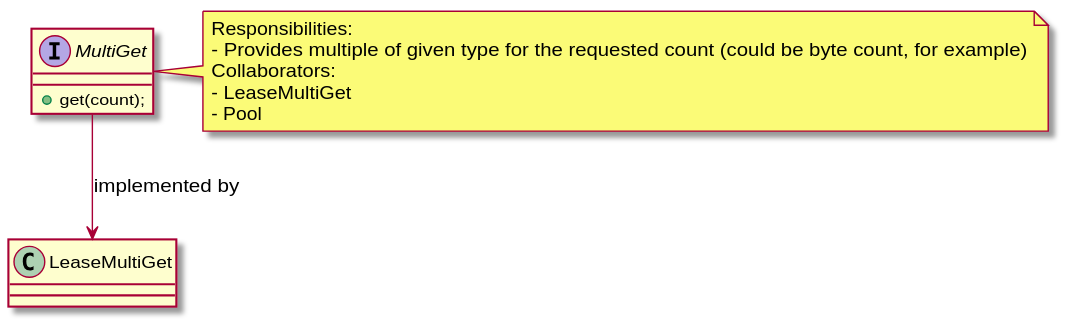
The PlantUML diagram docs/main/doxygen/inline_umlgraph_8.svg in teragrep/buf_01, before a commit.
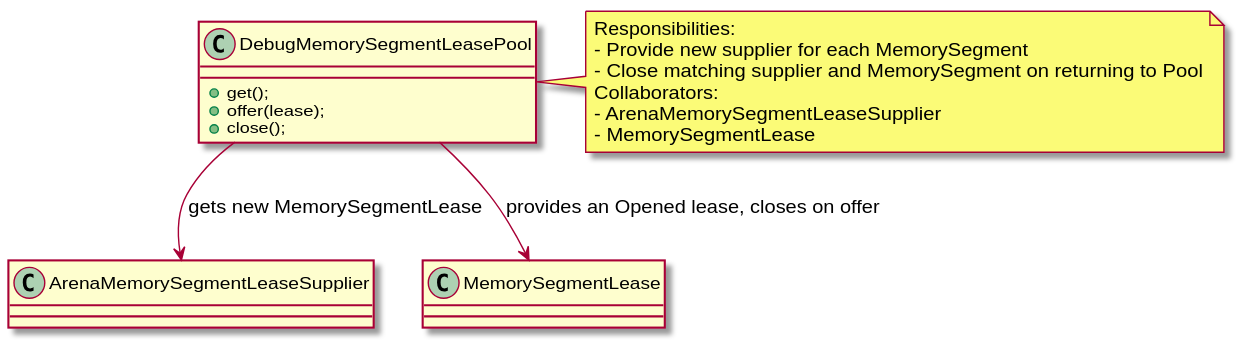
After the commit.

Change to the diagram source:
```diff
@@ -1,13 +1,17 @@
 @startuml inline_umlgraph_8.svg
-interface MultiGet {
-+ get(count);
+class DebugMemorySegmentLeasePool {
++ get();
++ offer(lease);
++ close();
 }
-MultiGet --> LeaseMultiGet : implemented by
-note right of MultiGet
+DebugMemorySegmentLeasePool --> ArenaMemorySegmentLeaseSupplier : gets new MemorySegmentLease
+DebugMemorySegmentLeasePool --> MemorySegmentLease : provides an Opened lease, closes on offer
+note right of DebugMemorySegmentLeasePool
 Responsibilities:
-- Provides multiple of given type for the requested count (could be byte count, for example)
+- Provide new supplier for each MemorySegment
+- Close matching supplier and MemorySegment on returning to Pool
 Collaborators:
-- LeaseMultiGet
-- Pool
+- ArenaMemorySegmentLeaseSupplier
+- MemorySegmentLease
 end note
 @enduml
```
